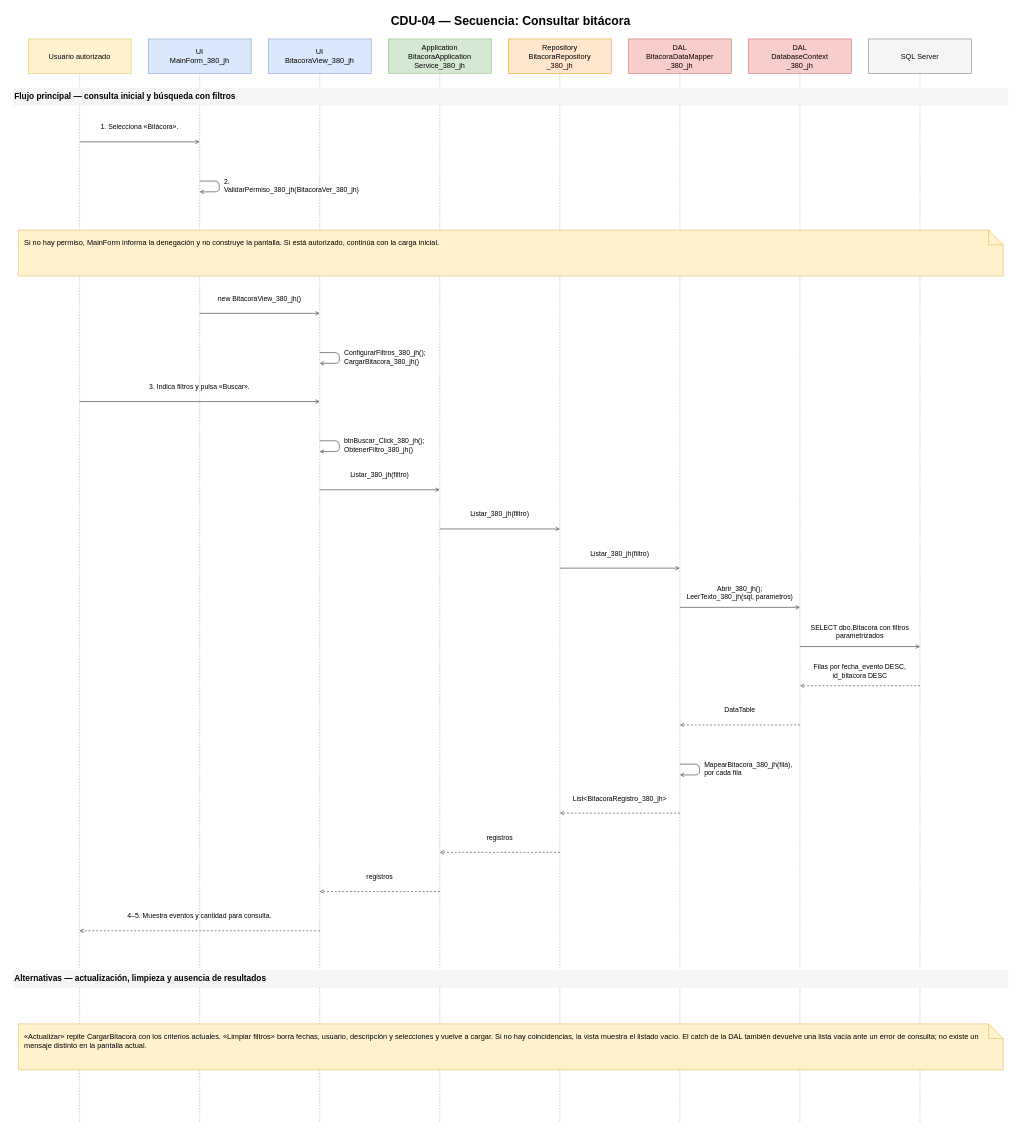
Above: Diagramas/Diagramas de Secuencia/CDU-04 - Consultar bitácora - Secuencia.drawio in juanNH/Ingenieria-de-Software (draw.io), before the change. Source tidied: cells renumbered, new cells numbered last; positions are measured from the earlier drawing's top-left corner, leaving out a move shared by most shapes. Both pictures are drawn from the tidied source at 49%, with x=0, y=0 at pixel (8, 8).
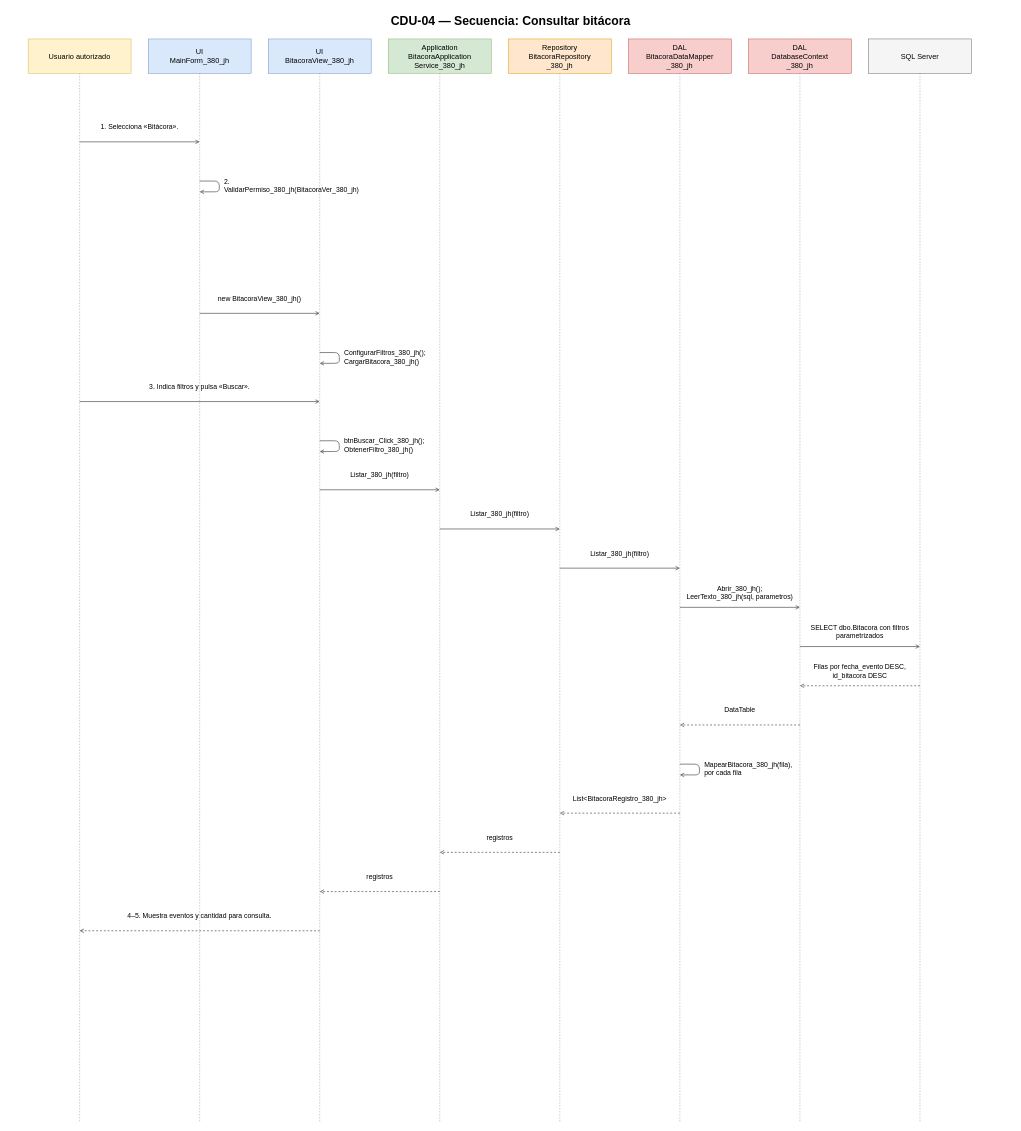
The same page after the edit.

Change to the diagram source:
```diff
@@
-    <mxCell id="19" value="Flujo principal — consulta inicial y búsqueda con filtros" style="text;html=1;strokeColor=none;fillColor=none;align=center;verticalAlign=middle;whiteSpace=wrap;fontFamily=Arial;fontSize=17;fontStyle=1;align=left;fillColor=#f5f5f5;" parent="1" vertex="1">
-      <mxGeometry x="10" y="162" width="2030" height="36" as="geometry" />
-    </mxCell>
@@
-    <mxCell id="24" value="Si no hay permiso, MainForm informa la denegación y no construye la pantalla. Si está autorizado, continúa con la carga inicial." style="shape=note;html=1;whiteSpace=wrap;fillColor=#fff2cc;strokeColor=#d6b656;fontFamily=Arial;fontSize=15;align=left;verticalAlign=top;spacing=12;" parent="1" vertex="1">
-      <mxGeometry x="20" y="452" width="2010" height="94" as="geometry" />
-    </mxCell>
@@
-    <mxCell id="57" value="Alternativas — actualización, limpieza y ausencia de resultados" style="text;html=1;strokeColor=none;fillColor=none;align=center;verticalAlign=middle;whiteSpace=wrap;fontFamily=Arial;fontSize=17;fontStyle=1;align=left;fillColor=#f5f5f5;" parent="1" vertex="1">
-      <mxGeometry x="10" y="1962" width="2030" height="36" as="geometry" />
-    </mxCell>
-    <mxCell id="58" value="«Actualizar» repite CargarBitacora con los criterios actuales. «Limpiar filtros» borra fechas, usuario, descripción y selecciones y vuelve a cargar. Si no hay coincidencias, la vista muestra el listado vacío. El catch de la DAL también devuelve una lista vacía ante un error de consulta; no existe un mensaje distinto en la pantalla actual." style="shape=note;html=1;whiteSpace=wrap;fillColor=#fff2cc;strokeColor=#d6b656;fontFamily=Arial;fontSize=15;align=left;verticalAlign=top;spacing=12;" parent="1" vertex="1">
-      <mxGeometry x="20" y="2072" width="2010" height="94" as="geometry" />
-    </mxCell>
```
